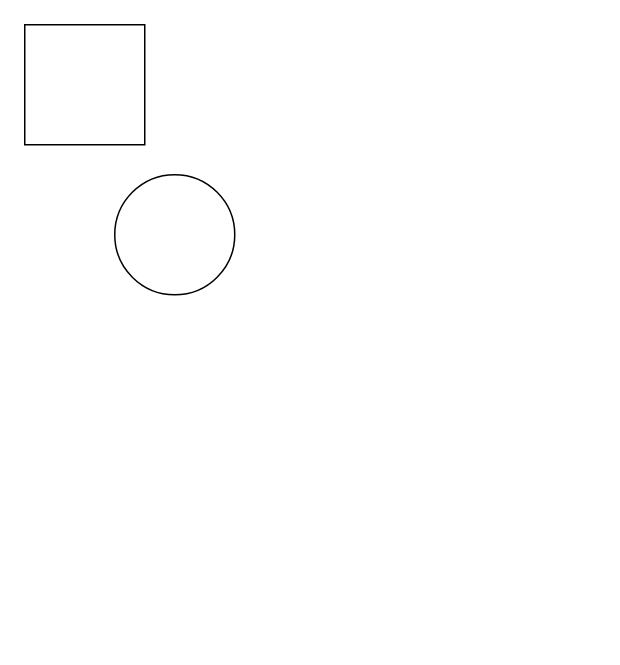
AnatoliyPetukh/XML keeps this draw.io diagram as WS auto.drawio. Above is the earlier version. Source tidied: cells renumbered, new cells numbered last; positions are measured from the earlier drawing's top-left corner, leaving out a move shared by most shapes. Both pictures are drawn from the tidied source at 150%, with x=0, y=0 at pixel (24, 24).
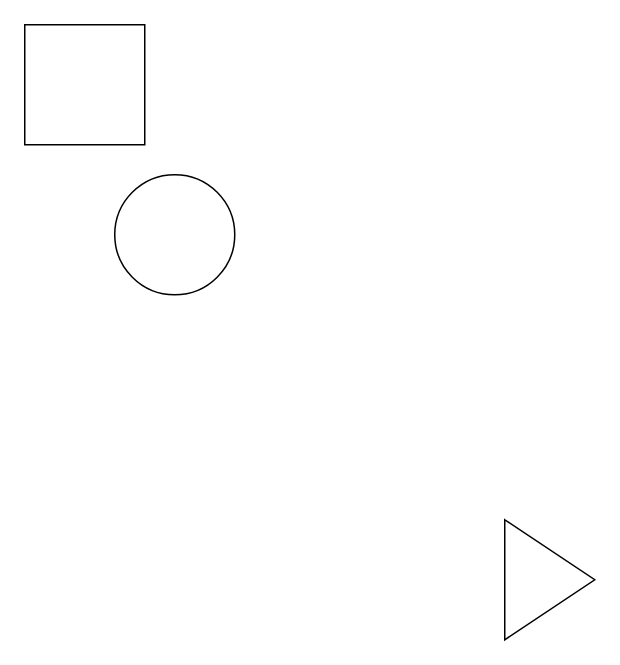
The same page after the edit.

The edit, as a diff of the source:
```diff
@@
 <mxGraphModel>
   <root>
     <mxCell id="0" />
     <mxCell id="1" parent="0" />
     <mxCell id="2" style="whiteSpace=wrap;html=1;" parent="1" vertex="1">
       <mxGeometry width="80" height="80" as="geometry" />
     </mxCell>
     <mxCell id="3" style="ellipse;whiteSpace=wrap;html=1;" parent="1" vertex="1">
       <mxGeometry x="60" y="100" width="80" height="80" as="geometry" />
     </mxCell>
+    <mxCell id="4" style="triangle;whiteSpace=wrap;html=1;" parent="1" vertex="1">
+      <mxGeometry x="320" y="330" width="60" height="80" as="geometry" />
+    </mxCell>
   </root>
 </mxGraphModel>
```
